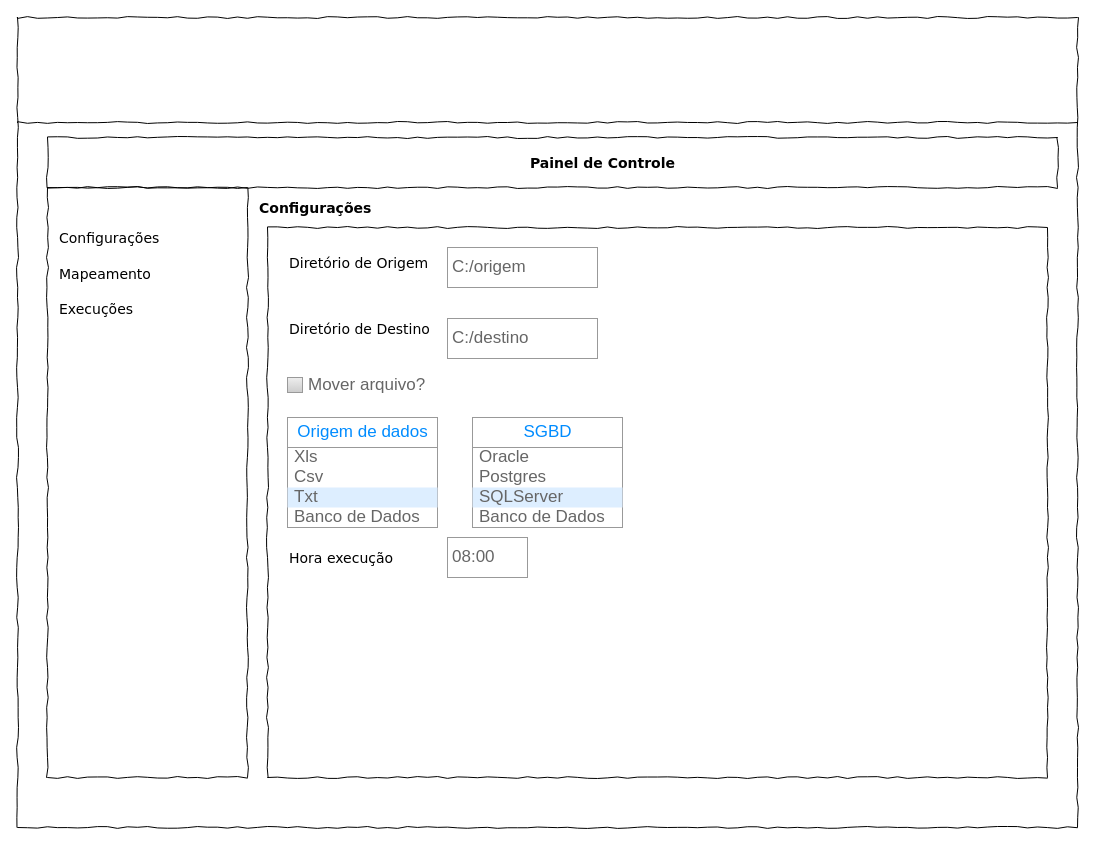
Earlier version of the draw.io diagram Supermercado.drawio (engfelipeoliveira/supermercado). Source tidied: cells renumbered, new cells numbered last; positions are measured from the earlier drawing's top-left corner, leaving out a move shared by most shapes. Both pictures are drawn from the tidied source at 100%, with x=0, y=0 at pixel (17, 17).
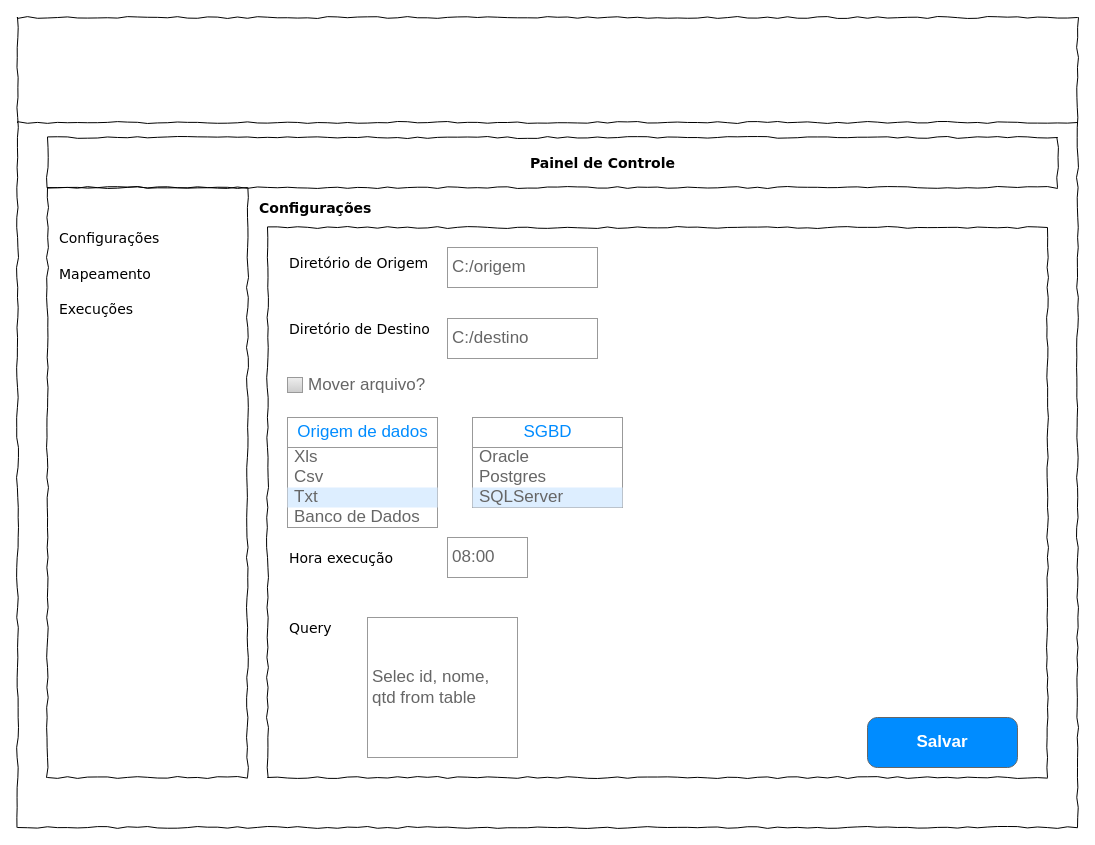
The same diagram, later.

Diff of the diagram source:
```diff
@@
     <mxCell id="25" style="strokeWidth=1;shadow=0;dashed=0;align=center;html=1;shape=mxgraph.mockup.forms.rrect;rSize=0;strokeColor=#999999;fillColor=#ffffff;" parent="1" vertex="1">
-      <mxGeometry x="455" y="400" width="150" height="110" as="geometry" />
+      <mxGeometry x="455" y="400" width="150" height="90" as="geometry" />
     </mxCell>
@@
-    <mxCell id="30" value="Banco de Dados" style="strokeWidth=1;shadow=0;dashed=0;align=center;html=1;shape=mxgraph.mockup.forms.anchor;fontSize=17;fontColor=#666666;align=left;spacingLeft=5;" parent="25" vertex="1">
-      <mxGeometry width="150" height="20" relative="1" as="geometry">
-        <mxPoint y="90" as="offset" />
-      </mxGeometry>
-    </mxCell>
+    <mxCell id="31" value="Query" style="text;html=1;align=left;verticalAlign=top;spacingTop=-4;fontSize=14;fontFamily=Verdana;" parent="1" vertex="1">
+      <mxGeometry x="270" y="600" width="170" height="45" as="geometry" />
+    </mxCell>
+    <mxCell id="32" value="Selec id, nome, &lt;br&gt;qtd from table" style="strokeWidth=1;shadow=0;dashed=0;align=center;html=1;shape=mxgraph.mockup.forms.pwField;strokeColor=#999999;mainText=;align=left;fontColor=#666666;fontSize=17;spacingLeft=3;" parent="1" vertex="1">
+      <mxGeometry x="350" y="600" width="150" height="140" as="geometry" />
+    </mxCell>
+    <mxCell id="33" value="Salvar" style="strokeWidth=1;shadow=0;dashed=0;align=center;html=1;shape=mxgraph.mockup.buttons.button;strokeColor=#666666;fontColor=#ffffff;mainText=;buttonStyle=round;fontSize=17;fontStyle=1;fillColor=#008cff;whiteSpace=wrap;" parent="1" vertex="1">
+      <mxGeometry x="850" y="700" width="150" height="50" as="geometry" />
+    </mxCell>
```
